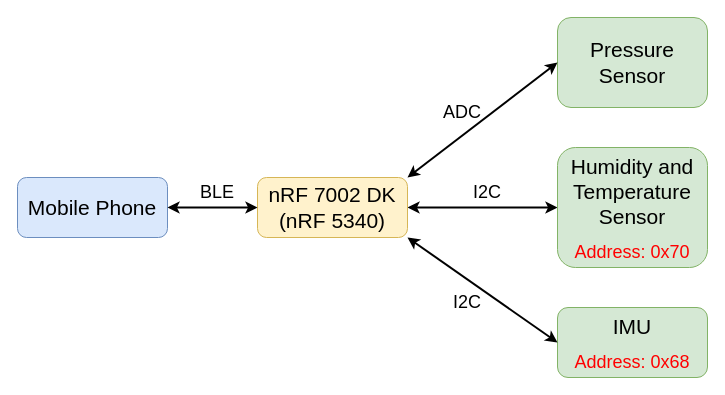
The draw.io diagram Pro_B_D.drawio in ese5180/iot-venture-f25-mesh, before the edit. Source tidied: cells renumbered, new cells numbered last; positions are measured from the earlier drawing's top-left corner, leaving out a move shared by most shapes. Both pictures are drawn from the tidied source at 100%, with x=0, y=0 at pixel (17, 17).
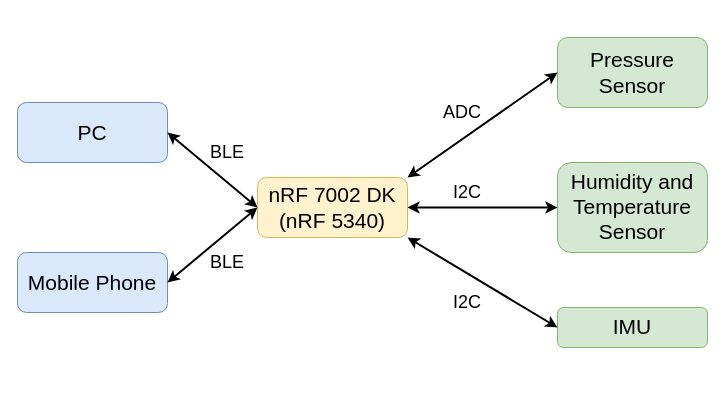
The same diagram, later.

Change to the diagram source:
```diff
@@
 <mxGraphModel>
   <root>
     <mxCell id="0" />
     <mxCell id="1" parent="0" />
     <mxCell id="2" style="edgeStyle=orthogonalEdgeStyle;rounded=0;jettySize=auto;html=1;startArrow=classic;startFill=1;strokeWidth=2;" parent="1" edge="1" source="3" target="5">
       <mxGeometry relative="1" as="geometry" />
     </mxCell>
     <mxCell id="3" value="&lt;font style=&quot;font-size: 21px;&quot;&gt;nRF 7002 DK&lt;/font&gt;&lt;div&gt;&lt;font style=&quot;font-size: 21px;&quot;&gt;(nRF 5340)&lt;/font&gt;&lt;/div&gt;" style="rounded=1;whiteSpace=wrap;html=1;fillColor=#fff2cc;strokeColor=#d6b656;" parent="1" vertex="1">
       <mxGeometry x="240" y="160" width="150" height="60" as="geometry" />
     </mxCell>
     <mxCell id="4" value="&lt;span style=&quot;font-size: 21px;&quot;&gt;Pressure Sensor&lt;/span&gt;" style="rounded=1;whiteSpace=wrap;html=1;fillColor=#d5e8d4;strokeColor=#82b366;verticalAlign=middle;" parent="1" vertex="1">
-      <mxGeometry x="540" width="150" height="90" as="geometry" />
+      <mxGeometry x="540" y="20" width="150" height="70" as="geometry" />
     </mxCell>
     <mxCell id="5" value="&lt;font style=&quot;font-size: 21px;&quot;&gt;Humidity and Temperature Sensor&lt;/font&gt;" style="rounded=1;whiteSpace=wrap;html=1;fillColor=#d5e8d4;strokeColor=#82b366;verticalAlign=top;" parent="1" vertex="1">
-      <mxGeometry x="540" y="130" width="150" height="120" as="geometry" />
+      <mxGeometry x="540" y="145" width="150" height="90" as="geometry" />
     </mxCell>
     <mxCell id="6" value="&lt;div&gt;&lt;span style=&quot;font-size: 21px; background-color: transparent; color: light-dark(rgb(0, 0, 0), rgb(255, 255, 255));&quot;&gt;IMU&lt;/span&gt;&lt;/div&gt;" style="rounded=1;whiteSpace=wrap;html=1;fillColor=#d5e8d4;strokeColor=#82b366;verticalAlign=top;" parent="1" vertex="1">
-      <mxGeometry x="540" y="290" width="150" height="70" as="geometry" />
+      <mxGeometry x="540" y="290" width="150" height="40" as="geometry" />
     </mxCell>
     <mxCell id="7" style="endArrow=classic;startArrow=classic;html=1;rounded=0;exitX=1;exitY=0;exitDx=0;exitDy=0;entryX=0;entryY=0.5;entryDx=0;entryDy=0;strokeWidth=2;" parent="1" edge="1" source="3" target="4">
       <mxGeometry relative="1" as="geometry" />
     </mxCell>
     <mxCell id="8" style="endArrow=classic;startArrow=classic;html=1;rounded=0;exitX=1;exitY=1;exitDx=0;exitDy=0;entryX=0;entryY=0.5;entryDx=0;entryDy=0;strokeWidth=2;" parent="1" edge="1" source="3" target="6">
       <mxGeometry relative="1" as="geometry" />
     </mxCell>
     <mxCell id="9" value="&lt;span style=&quot;font-size: 21px;&quot;&gt;Mobile Phone&lt;/span&gt;" style="rounded=1;whiteSpace=wrap;html=1;fillColor=#dae8fc;strokeColor=#6c8ebf;" parent="1" vertex="1">
-      <mxGeometry y="160" width="150" height="60" as="geometry" />
+      <mxGeometry y="235" width="150" height="60" as="geometry" />
     </mxCell>
     <mxCell id="10" style="endArrow=classic;startArrow=classic;html=1;rounded=0;exitX=1;exitY=0.5;exitDx=0;exitDy=0;entryX=0;entryY=0.5;entryDx=0;entryDy=0;strokeWidth=2;" parent="1" edge="1" source="9" target="3">
       <mxGeometry relative="1" as="geometry" />
     </mxCell>
     <mxCell id="11" value="&lt;font style=&quot;font-size: 18px;&quot;&gt;BLE&lt;/font&gt;" style="text;html=1;align=center;verticalAlign=middle;whiteSpace=wrap;rounded=0;" parent="1" vertex="1">
-      <mxGeometry x="170" y="160" width="60" height="30" as="geometry" />
+      <mxGeometry x="180" y="230" width="60" height="30" as="geometry" />
     </mxCell>
     <mxCell id="12" value="&lt;font style=&quot;font-size: 18px;&quot;&gt;ADC&lt;/font&gt;" style="text;html=1;align=center;verticalAlign=middle;whiteSpace=wrap;rounded=0;" parent="1" vertex="1">
       <mxGeometry x="380" y="80" width="130" height="30" as="geometry" />
     </mxCell>
     <mxCell id="13" value="&lt;font style=&quot;font-size: 18px;&quot;&gt;I2C&lt;/font&gt;" style="text;html=1;align=center;verticalAlign=middle;whiteSpace=wrap;rounded=0;" parent="1" vertex="1">
-      <mxGeometry x="440" y="160" width="60" height="30" as="geometry" />
+      <mxGeometry x="420" y="160" width="60" height="30" as="geometry" />
     </mxCell>
     <mxCell id="14" value="&lt;font style=&quot;font-size: 18px;&quot;&gt;I2C&lt;/font&gt;" style="text;html=1;align=center;verticalAlign=middle;whiteSpace=wrap;rounded=0;" parent="1" vertex="1">
       <mxGeometry x="420" y="270" width="60" height="30" as="geometry" />
     </mxCell>
-    <mxCell id="15" value="&lt;span style=&quot;font-size: 18px;&quot;&gt;Address:&amp;nbsp;&lt;/span&gt;&lt;font style=&quot;font-size: 18px;&quot;&gt;0x70&lt;/font&gt;" style="text;html=1;align=center;verticalAlign=middle;whiteSpace=wrap;rounded=0;fontColor=#FF0000;" parent="1" vertex="1">
-      <mxGeometry x="550" y="220" width="130" height="30" as="geometry" />
-    </mxCell>
-    <mxCell id="16" value="&lt;span style=&quot;font-size: 18px;&quot;&gt;Address:&amp;nbsp;&lt;/span&gt;&lt;font style=&quot;font-size: 18px;&quot;&gt;0x68&lt;/font&gt;" style="text;html=1;align=center;verticalAlign=middle;whiteSpace=wrap;rounded=0;fontColor=#FF0000;" parent="1" vertex="1">
-      <mxGeometry x="550" y="330" width="130" height="30" as="geometry" />
-    </mxCell>
+    <mxCell id="17" value="&lt;span style=&quot;font-size: 21px;&quot;&gt;PC&lt;/span&gt;" style="rounded=1;whiteSpace=wrap;html=1;fillColor=#dae8fc;strokeColor=#6c8ebf;" parent="1" vertex="1">
+      <mxGeometry y="85" width="150" height="60" as="geometry" />
+    </mxCell>
+    <mxCell id="18" style="endArrow=classic;startArrow=classic;html=1;rounded=0;exitX=1;exitY=0.5;exitDx=0;exitDy=0;entryX=0;entryY=0.5;entryDx=0;entryDy=0;strokeWidth=2;" parent="1" edge="1" source="17" target="3">
+      <mxGeometry relative="1" as="geometry" />
+    </mxCell>
+    <mxCell id="19" value="&lt;font style=&quot;font-size: 18px;&quot;&gt;BLE&lt;/font&gt;" style="text;html=1;align=center;verticalAlign=middle;whiteSpace=wrap;rounded=0;" parent="1" vertex="1">
+      <mxGeometry x="180" y="120" width="60" height="30" as="geometry" />
+    </mxCell>
   </root>
 </mxGraphModel>
```
